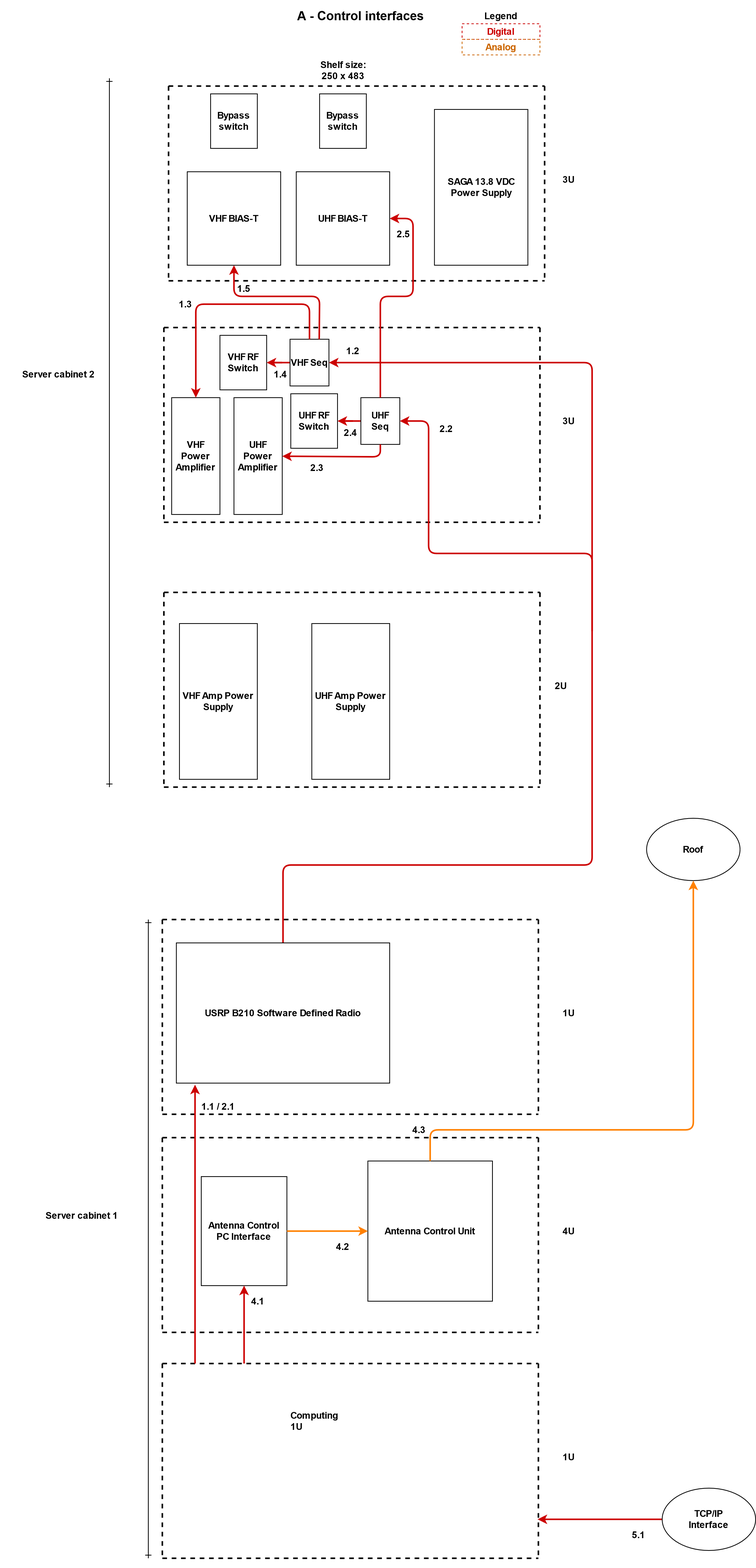
melfvelin/kirunags keeps this draw.io diagram as design-diagrams/19-inch-diagram-control.png. Above is the earlier version. Source tidied: cells renumbered, new cells last; positions are measured from the earlier drawing's top-left corner, leaving out a move shared by most shapes.
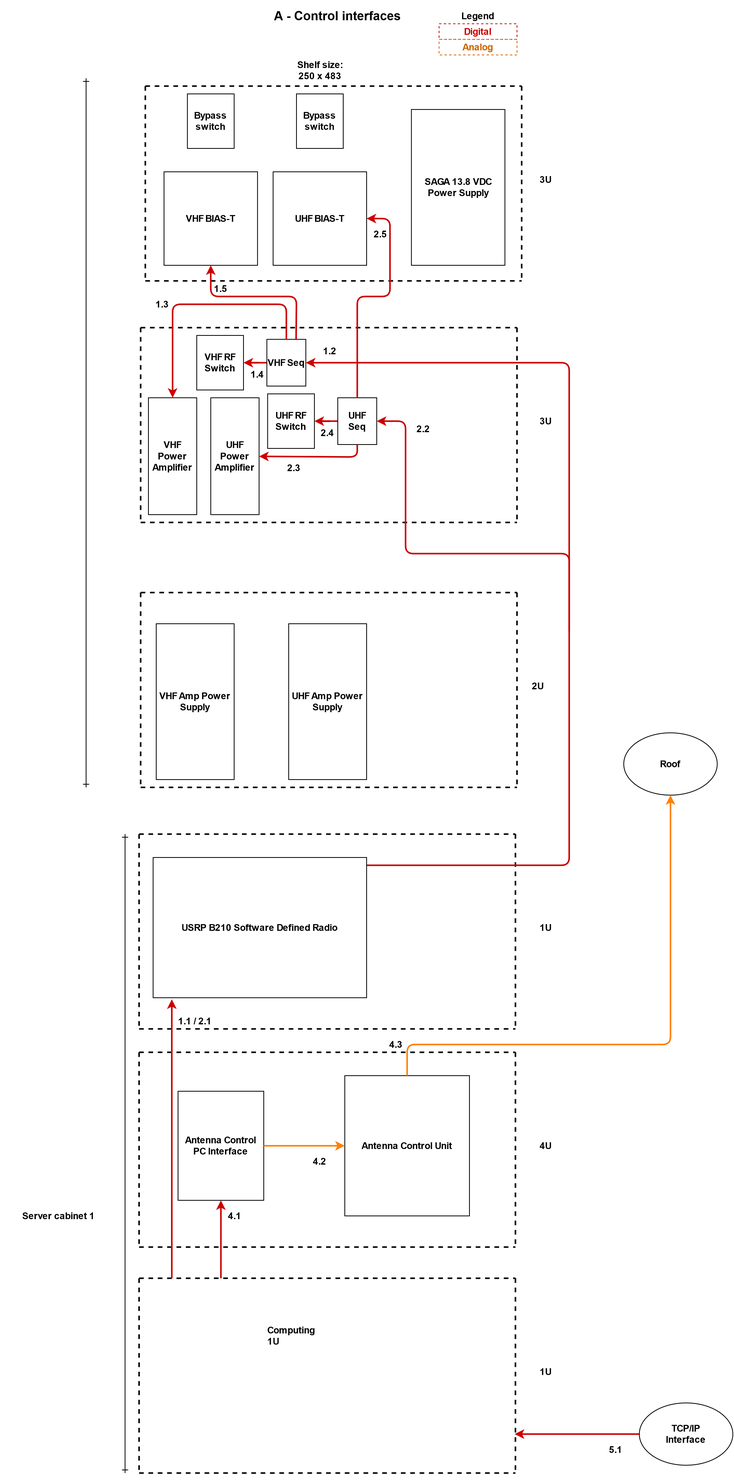
The same file after the commit.

Diff of the diagram source:
```diff
@@ -118,102 +118,103 @@
     </mxCell>
     <mxCell id="28" style="endArrow=none;dashed=1;html=1;strokeWidth=2;fontStyle=1;" parent="1" edge="1">
       <mxGeometry relative="1" as="geometry">
-        <mxPoint x="208" y="1180" as="sourcePoint" />
-        <mxPoint x="691" y="1180" as="targetPoint" />
+        <mxPoint x="208" y="1070" as="sourcePoint" />
+        <mxPoint x="691" y="1070" as="targetPoint" />
       </mxGeometry>
     </mxCell>
     <mxCell id="29" style="endArrow=none;dashed=1;html=1;strokeWidth=2;fontStyle=1;" parent="1" edge="1">
       <mxGeometry relative="1" as="geometry">
-        <mxPoint x="208" y="1180" as="sourcePoint" />
-        <mxPoint x="208" y="1430" as="targetPoint" />
+        <mxPoint x="208" y="1070" as="sourcePoint" />
+        <mxPoint x="208" y="1320" as="targetPoint" />
       </mxGeometry>
     </mxCell>
     <mxCell id="30" style="endArrow=none;dashed=1;html=1;strokeWidth=2;fontStyle=1;" parent="1" edge="1">
       <mxGeometry relative="1" as="geometry">
-        <mxPoint x="208" y="1430" as="sourcePoint" />
-        <mxPoint x="691" y="1430" as="targetPoint" />
+        <mxPoint x="208" y="1320" as="sourcePoint" />
+        <mxPoint x="691" y="1320" as="targetPoint" />
       </mxGeometry>
     </mxCell>
     <mxCell id="31" style="endArrow=none;dashed=1;html=1;strokeWidth=2;fontStyle=1;" parent="1" edge="1">
       <mxGeometry relative="1" as="geometry">
-        <mxPoint x="691" y="1180" as="sourcePoint" />
-        <mxPoint x="691" y="1430" as="targetPoint" />
+        <mxPoint x="691" y="1070" as="sourcePoint" />
+        <mxPoint x="691" y="1320" as="targetPoint" />
       </mxGeometry>
     </mxCell>
     <mxCell id="32" style="endArrow=none;dashed=1;html=1;strokeWidth=2;fontStyle=1;" parent="1" edge="1">
       <mxGeometry relative="1" as="geometry">
-        <mxPoint x="208" y="1750" as="sourcePoint" />
-        <mxPoint x="691" y="1750" as="targetPoint" />
+        <mxPoint x="208" y="1640" as="sourcePoint" />
+        <mxPoint x="691" y="1640" as="targetPoint" />
       </mxGeometry>
     </mxCell>
     <mxCell id="33" style="endArrow=none;dashed=1;html=1;strokeWidth=2;fontStyle=1;" parent="1" edge="1">
       <mxGeometry relative="1" as="geometry">
-        <mxPoint x="208" y="1750" as="sourcePoint" />
-        <mxPoint x="208" y="2000" as="targetPoint" />
+        <mxPoint x="208" y="1640" as="sourcePoint" />
+        <mxPoint x="208" y="1890" as="targetPoint" />
       </mxGeometry>
     </mxCell>
     <mxCell id="34" style="endArrow=none;dashed=1;html=1;strokeWidth=2;fontStyle=1;" parent="1" edge="1">
       <mxGeometry relative="1" as="geometry">
-        <mxPoint x="208" y="2000" as="sourcePoint" />
-        <mxPoint x="691" y="2000" as="targetPoint" />
+        <mxPoint x="208" y="1890" as="sourcePoint" />
+        <mxPoint x="691" y="1890" as="targetPoint" />
       </mxGeometry>
     </mxCell>
     <mxCell id="35" style="endArrow=none;dashed=1;html=1;strokeWidth=2;fontStyle=1;" parent="1" edge="1">
       <mxGeometry relative="1" as="geometry">
-        <mxPoint x="691" y="1750" as="sourcePoint" />
-        <mxPoint x="691" y="2000" as="targetPoint" />
+        <mxPoint x="691" y="1640" as="sourcePoint" />
+        <mxPoint x="691" y="1890" as="targetPoint" />
       </mxGeometry>
     </mxCell>
     <mxCell id="36" value="&lt;div&gt;Computing&lt;/div&gt;&lt;div&gt;1U&lt;br&gt;&lt;/div&gt;" style="text;html=1;strokeColor=none;fillColor=none;spacing=5;spacingTop=-20;whiteSpace=wrap;overflow=hidden;rounded=0;fontStyle=1;" parent="1" vertex="1">
-      <mxGeometry x="368" y="1820" width="190" height="120" as="geometry" />
+      <mxGeometry x="368" y="1710" width="190" height="120" as="geometry" />
     </mxCell>
     <mxCell id="37" value="1U" style="text;html=1;strokeColor=none;fillColor=none;align=center;verticalAlign=middle;whiteSpace=wrap;rounded=0;fontStyle=1;" parent="1" vertex="1">
-      <mxGeometry x="710" y="1290" width="40" height="20" as="geometry" />
+      <mxGeometry x="710" y="1180" width="40" height="20" as="geometry" />
     </mxCell>
     <mxCell id="38" value="1U" style="text;html=1;strokeColor=none;fillColor=none;align=center;verticalAlign=middle;whiteSpace=wrap;rounded=0;fontStyle=1;" parent="1" vertex="1">
-      <mxGeometry x="710" y="1860" width="40" height="20" as="geometry" />
+      <mxGeometry x="710" y="1750" width="40" height="20" as="geometry" />
     </mxCell>
     <mxCell id="39" style="endArrow=none;dashed=1;html=1;strokeWidth=2;fontStyle=1;" parent="1" edge="1">
       <mxGeometry relative="1" as="geometry">
-        <mxPoint x="208" y="1460" as="sourcePoint" />
-        <mxPoint x="691" y="1460" as="targetPoint" />
+        <mxPoint x="208" y="1350" as="sourcePoint" />
+        <mxPoint x="691" y="1350" as="targetPoint" />
       </mxGeometry>
     </mxCell>
     <mxCell id="40" style="endArrow=none;dashed=1;html=1;strokeWidth=2;fontStyle=1;" parent="1" edge="1">
       <mxGeometry relative="1" as="geometry">
-        <mxPoint x="208" y="1460" as="sourcePoint" />
-        <mxPoint x="208" y="1710" as="targetPoint" />
+        <mxPoint x="208" y="1350" as="sourcePoint" />
+        <mxPoint x="208" y="1600" as="targetPoint" />
       </mxGeometry>
     </mxCell>
     <mxCell id="41" style="endArrow=none;dashed=1;html=1;strokeWidth=2;fontStyle=1;" parent="1" edge="1">
       <mxGeometry relative="1" as="geometry">
-        <mxPoint x="208" y="1710" as="sourcePoint" />
-        <mxPoint x="691" y="1710" as="targetPoint" />
+        <mxPoint x="208" y="1600" as="sourcePoint" />
+        <mxPoint x="691" y="1600" as="targetPoint" />
       </mxGeometry>
     </mxCell>
     <mxCell id="42" style="endArrow=none;dashed=1;html=1;strokeWidth=2;fontStyle=1;" parent="1" edge="1">
       <mxGeometry relative="1" as="geometry">
-        <mxPoint x="691" y="1460" as="sourcePoint" />
-        <mxPoint x="691" y="1710" as="targetPoint" />
+        <mxPoint x="691" y="1350" as="sourcePoint" />
+        <mxPoint x="691" y="1600" as="targetPoint" />
       </mxGeometry>
     </mxCell>
     <mxCell id="43" value="4U" style="text;html=1;strokeColor=none;fillColor=none;align=center;verticalAlign=middle;whiteSpace=wrap;rounded=0;fontStyle=1;" parent="1" vertex="1">
-      <mxGeometry x="710" y="1570" width="40" height="20" as="geometry" />
+      <mxGeometry x="710" y="1460" width="40" height="20" as="geometry" />
     </mxCell>
     <mxCell id="44" value="Antenna Control Unit" style="rounded=0;whiteSpace=wrap;html=1;fillColor=#FFFFFF;fontStyle=1;" parent="1" vertex="1">
-      <mxGeometry x="472" y="1490" width="160" height="180" as="geometry" />
+      <mxGeometry x="472" y="1380" width="160" height="180" as="geometry" />
     </mxCell>
     <mxCell id="45" value="Antenna Control PC Interface" style="rounded=0;whiteSpace=wrap;html=1;fillColor=#FFFFFF;fontStyle=1;" parent="1" vertex="1">
-      <mxGeometry x="258" y="1510" width="110" height="140" as="geometry" />
+      <mxGeometry x="258" y="1400" width="110" height="140" as="geometry" />
     </mxCell>
     <mxCell id="46" value="Roof" style="ellipse;whiteSpace=wrap;html=1;fontStyle=1;" parent="1" vertex="1">
-      <mxGeometry x="830" y="1050" width="120" height="80" as="geometry" />
+      <mxGeometry x="830" y="940" width="120" height="80" as="geometry" />
     </mxCell>
-    <mxCell id="47" style="endArrow=classic;html=1;strokeWidth=2;exitX=0.5;exitY=0;exitDx=0;exitDy=0;entryX=0.5;entryY=1;entryDx=0;entryDy=0;strokeColor=#FF8000;" parent="1" edge="1" source="44" target="46">
+    <mxCell id="47" style="endArrow=classic;html=1;strokeWidth=2;exitX=0.5;exitY=0;exitDx=0;exitDy=0;entryX=0.5;entryY=1;entryDx=0;entryDy=0;strokeColor=#FF8000;" parent="1" edge="1" source="44">
       <mxGeometry relative="1" as="geometry">
+        <mxPoint x="890" y="1020" as="targetPoint" />
         <Array as="points">
-          <mxPoint x="552" y="1450" />
-          <mxPoint x="890" y="1450" />
+          <mxPoint x="552" y="1340" />
+          <mxPoint x="890" y="1340" />
         </Array>
       </mxGeometry>
     </mxCell>
@@ -222,7 +223,7 @@
     </mxCell>
     <mxCell id="49" style="endArrow=classic;html=1;strokeWidth=2;entryX=0.5;entryY=1;entryDx=0;entryDy=0;strokeColor=#CC0000;" parent="1" edge="1" target="45">
       <mxGeometry relative="1" as="geometry">
-        <mxPoint x="313" y="1750" as="sourcePoint" />
+        <mxPoint x="313" y="1640" as="sourcePoint" />
       </mxGeometry>
     </mxCell>
     <mxCell id="50" style="endArrow=classic;html=1;strokeWidth=2;exitX=0.5;exitY=1;exitDx=0;exitDy=0;strokeColor=#CC0000;" parent="1" edge="1" source="26" target="7">
@@ -240,7 +241,7 @@
         </Array>
       </mxGeometry>
     </mxCell>
-    <mxCell id="52" style="endArrow=classic;html=1;strokeWidth=2;strokeColor=#CC0000;entryX=1;entryY=0.5;entryDx=0;entryDy=0;exitX=0.5;exitY=0;exitDx=0;exitDy=0;" parent="1" edge="1" source="81" target="26">
+    <mxCell id="52" style="endArrow=classic;html=1;strokeWidth=2;strokeColor=#CC0000;entryX=1;entryY=0.5;entryDx=0;entryDy=0;exitX=0.5;exitY=0;exitDx=0;exitDy=0;" parent="1" edge="1" source="80" target="26">
       <mxGeometry relative="1" as="geometry">
         <Array as="points">
           <mxPoint x="363" y="1110" />
@@ -265,14 +266,14 @@
     </mxCell>
     <mxCell id="54" style="endArrow=classic;html=1;strokeColor=#CC0000;strokeWidth=2;" parent="1" edge="1">
       <mxGeometry relative="1" as="geometry">
-        <mxPoint x="850" y="1950" as="sourcePoint" />
-        <mxPoint x="690" y="1950" as="targetPoint" />
+        <mxPoint x="850" y="1840" as="sourcePoint" />
+        <mxPoint x="690" y="1840" as="targetPoint" />
       </mxGeometry>
     </mxCell>
     <mxCell id="55" value="TCP/IP&lt;br&gt;Interface" style="ellipse;whiteSpace=wrap;html=1;fontStyle=1;" parent="1" vertex="1">
-      <mxGeometry x="850" y="1910" width="120" height="80" as="geometry" />
+      <mxGeometry x="850" y="1800" width="120" height="80" as="geometry" />
     </mxCell>
-    <mxCell id="56" style="endArrow=classic;html=1;strokeColor=#CC0000;strokeWidth=2;exitX=0.5;exitY=0;exitDx=0;exitDy=0;entryX=1;entryY=0.5;entryDx=0;entryDy=0;" parent="1" edge="1" source="26" target="83">
+    <mxCell id="56" style="endArrow=classic;html=1;strokeColor=#CC0000;strokeWidth=2;exitX=0.5;exitY=0;exitDx=0;exitDy=0;entryX=1;entryY=0.5;entryDx=0;entryDy=0;" parent="1" edge="1" source="26" target="82">
       <mxGeometry relative="1" as="geometry">
         <Array as="points">
           <mxPoint x="488" y="380" />
@@ -291,7 +292,7 @@
       </mxGeometry>
     </mxCell>
     <mxCell id="58" value="&lt;div&gt;5.1&lt;/div&gt;" style="text;html=1;strokeColor=none;fillColor=none;align=center;verticalAlign=middle;whiteSpace=wrap;rounded=0;fontStyle=1;" parent="1" vertex="1">
-      <mxGeometry x="800" y="1960" width="40" height="20" as="geometry" />
+      <mxGeometry x="800" y="1850" width="40" height="20" as="geometry" />
     </mxCell>
     <mxCell id="59" value="&lt;div&gt;1.2&lt;/div&gt;" style="text;html=1;strokeColor=none;fillColor=none;align=center;verticalAlign=middle;whiteSpace=wrap;rounded=0;fontStyle=1;" parent="1" vertex="1">
       <mxGeometry x="433" y="440" width="40" height="20" as="geometry" />
@@ -318,30 +319,30 @@
       <mxGeometry x="430" y="545" width="40" height="20" as="geometry" />
     </mxCell>
     <mxCell id="67" value="4.1" style="text;html=1;strokeColor=none;fillColor=none;align=center;verticalAlign=middle;whiteSpace=wrap;rounded=0;fontStyle=1;" parent="1" vertex="1">
-      <mxGeometry x="311" y="1660" width="40" height="20" as="geometry" />
+      <mxGeometry x="311" y="1550" width="40" height="20" as="geometry" />
     </mxCell>
     <mxCell id="68" value="4.2" style="text;html=1;strokeColor=none;fillColor=none;align=center;verticalAlign=middle;whiteSpace=wrap;rounded=0;fontStyle=1;" parent="1" vertex="1">
-      <mxGeometry x="420" y="1590" width="40" height="20" as="geometry" />
+      <mxGeometry x="420" y="1480" width="40" height="20" as="geometry" />
     </mxCell>
     <mxCell id="69" value="&lt;div&gt;4.3&lt;/div&gt;" style="text;html=1;strokeColor=none;fillColor=none;align=center;verticalAlign=middle;whiteSpace=wrap;rounded=0;fontStyle=1;" parent="1" vertex="1">
-      <mxGeometry x="518" y="1440" width="40" height="20" as="geometry" />
+      <mxGeometry x="518" y="1330" width="40" height="20" as="geometry" />
     </mxCell>
     <mxCell id="70" style="endArrow=classic;html=1;strokeColor=#CC0000;strokeWidth=2;" parent="1" edge="1">
       <mxGeometry relative="1" as="geometry">
-        <mxPoint x="250" y="1750" as="sourcePoint" />
-        <mxPoint x="250" y="1392" as="targetPoint" />
+        <mxPoint x="250" y="1640" as="sourcePoint" />
+        <mxPoint x="250" y="1282" as="targetPoint" />
         <Array as="points">
-          <mxPoint x="250" y="1440" />
+          <mxPoint x="250" y="1330" />
         </Array>
       </mxGeometry>
     </mxCell>
     <mxCell id="71" value="1.1 / 2.1" style="text;html=1;strokeColor=none;fillColor=none;align=center;verticalAlign=middle;whiteSpace=wrap;rounded=0;fontStyle=1;" parent="1" vertex="1">
-      <mxGeometry x="249" y="1410" width="62" height="20" as="geometry" />
+      <mxGeometry x="249" y="1300" width="62" height="20" as="geometry" />
     </mxCell>
     <mxCell id="72" style="endArrow=ERone;startArrow=ERone;html=1;startFill=0;endFill=0;" parent="1" edge="1">
       <mxGeometry relative="1" as="geometry">
-        <mxPoint x="190" y="2000" as="sourcePoint" />
-        <mxPoint x="190" y="1180" as="targetPoint" />
+        <mxPoint x="190" y="1890" as="sourcePoint" />
+        <mxPoint x="190" y="1070" as="targetPoint" />
       </mxGeometry>
     </mxCell>
     <mxCell id="73" value="&lt;div&gt;Server cabinet 1&lt;br&gt;&lt;/div&gt;" style="text;html=1;strokeColor=none;fillColor=none;align=center;verticalAlign=middle;whiteSpace=wrap;rounded=0;fontStyle=1;" parent="1" vertex="1">
@@ -353,41 +354,38 @@
         <mxPoint x="140" y="100" as="targetPoint" />
       </mxGeometry>
     </mxCell>
-    <mxCell id="75" value="&lt;div&gt;Server cabinet 2&lt;br&gt;&lt;/div&gt;" style="text;html=1;strokeColor=none;fillColor=none;align=center;verticalAlign=middle;whiteSpace=wrap;rounded=0;fontStyle=1;" parent="1" vertex="1">
-      <mxGeometry y="470" width="150" height="20" as="geometry" />
+    <mxCell id="75" value="A - Control interfaces" style="text;html=1;strokeColor=none;fillColor=none;align=center;verticalAlign=middle;whiteSpace=wrap;rounded=0;fontStyle=1;fontSize=16;" parent="1" vertex="1">
+      <mxGeometry x="313" width="300" height="40" as="geometry" />
     </mxCell>
-    <mxCell id="76" value="A - Control interfaces" style="text;html=1;strokeColor=none;fillColor=none;align=center;verticalAlign=middle;whiteSpace=wrap;rounded=0;fontStyle=1;fontSize=16;" parent="1" vertex="1">
-      <mxGeometry x="313" width="300" height="40" as="geometry" />
+    <mxCell id="76" value="&lt;div&gt;Shelf size: &lt;br&gt;&lt;/div&gt;250 x 483" style="text;html=1;strokeColor=none;fillColor=none;align=center;verticalAlign=middle;whiteSpace=wrap;rounded=0;fontStyle=1;" parent="1" vertex="1">
+      <mxGeometry x="342.5" y="80" width="195" height="20" as="geometry" />
     </mxCell>
-    <mxCell id="77" value="&lt;div&gt;Shelf size: &lt;br&gt;&lt;/div&gt;250 x 483" style="text;html=1;strokeColor=none;fillColor=none;align=center;verticalAlign=middle;whiteSpace=wrap;rounded=0;fontStyle=1;" parent="1" vertex="1">
-      <mxGeometry x="342.5" y="80" width="195" height="20" as="geometry" />
+    <mxCell id="77" value="Legend" style="text;html=1;strokeColor=none;fillColor=none;align=center;verticalAlign=middle;whiteSpace=wrap;rounded=0;dashed=1;fontColor=#000000;fontStyle=1;" parent="1" vertex="1">
+      <mxGeometry x="593" y="10" width="100" height="20" as="geometry" />
     </mxCell>
-    <mxCell id="78" value="Legend" style="text;html=1;strokeColor=none;fillColor=none;align=center;verticalAlign=middle;whiteSpace=wrap;rounded=0;dashed=1;fontColor=#000000;fontStyle=1;" parent="1" vertex="1">
-      <mxGeometry x="593" y="10" width="100" height="20" as="geometry" />
+    <mxCell id="78" value="&lt;div&gt;Digital&lt;/div&gt;" style="text;html=1;fillColor=none;align=center;verticalAlign=middle;whiteSpace=wrap;rounded=0;dashed=1;fontStyle=1;fontColor=#CC0000;strokeColor=#CC0000;" parent="1" vertex="1">
+      <mxGeometry x="593" y="30" width="100" height="20" as="geometry" />
     </mxCell>
-    <mxCell id="79" value="&lt;div&gt;Digital&lt;/div&gt;" style="text;html=1;fillColor=none;align=center;verticalAlign=middle;whiteSpace=wrap;rounded=0;dashed=1;fontStyle=1;fontColor=#CC0000;strokeColor=#CC0000;" parent="1" vertex="1">
-      <mxGeometry x="593" y="30" width="100" height="20" as="geometry" />
+    <mxCell id="79" value="Analog" style="text;html=1;fillColor=none;align=center;verticalAlign=middle;whiteSpace=wrap;rounded=0;dashed=1;fontStyle=1;fontColor=#CC6600;strokeColor=#CC6600;" parent="1" vertex="1">
+      <mxGeometry x="593" y="50" width="100" height="20" as="geometry" />
     </mxCell>
-    <mxCell id="80" value="Analog" style="text;html=1;fillColor=none;align=center;verticalAlign=middle;whiteSpace=wrap;rounded=0;dashed=1;fontStyle=1;fontColor=#CC6600;strokeColor=#CC6600;" parent="1" vertex="1">
-      <mxGeometry x="593" y="50" width="100" height="20" as="geometry" />
+    <mxCell id="80" value="USRP B210 Software Defined Radio" style="rounded=0;whiteSpace=wrap;html=1;fillColor=#FFFFFF;fontStyle=1;" parent="1" vertex="1">
+      <mxGeometry x="226" y="1100" width="274" height="180" as="geometry" />
     </mxCell>
-    <mxCell id="81" value="USRP B210 Software Defined Radio" style="rounded=0;whiteSpace=wrap;html=1;fillColor=#FFFFFF;fontStyle=1;" parent="1" vertex="1">
-      <mxGeometry x="226" y="1210" width="274" height="180" as="geometry" />
+    <mxCell id="81" value="VHF BIAS-T" style="rounded=0;whiteSpace=wrap;html=1;fillColor=#FFFFFF;fontStyle=1;" parent="1" vertex="1">
+      <mxGeometry x="240" y="220" width="120" height="120" as="geometry" />
     </mxCell>
-    <mxCell id="82" value="VHF BIAS-T" style="rounded=0;whiteSpace=wrap;html=1;fillColor=#FFFFFF;fontStyle=1;" parent="1" vertex="1">
-      <mxGeometry x="240" y="220" width="120" height="120" as="geometry" />
+    <mxCell id="82" value="UHF BIAS-T" style="rounded=0;whiteSpace=wrap;html=1;fillColor=#FFFFFF;fontStyle=1;" parent="1" vertex="1">
+      <mxGeometry x="380" y="220" width="120" height="120" as="geometry" />
     </mxCell>
-    <mxCell id="83" value="UHF BIAS-T" style="rounded=0;whiteSpace=wrap;html=1;fillColor=#FFFFFF;fontStyle=1;" parent="1" vertex="1">
-      <mxGeometry x="380" y="220" width="120" height="120" as="geometry" />
+    <mxCell id="83" value="Bypass switch" style="rounded=0;whiteSpace=wrap;html=1;rotation=0;fontStyle=1;" parent="1" vertex="1">
+      <mxGeometry x="270" y="120" width="60" height="70" as="geometry" />
     </mxCell>
     <mxCell id="84" value="Bypass switch" style="rounded=0;whiteSpace=wrap;html=1;rotation=0;fontStyle=1;" parent="1" vertex="1">
-      <mxGeometry x="270" y="120" width="60" height="70" as="geometry" />
+      <mxGeometry x="410" y="120" width="60" height="70" as="geometry" />
     </mxCell>
-    <mxCell id="85" value="Bypass switch" style="rounded=0;whiteSpace=wrap;html=1;rotation=0;fontStyle=1;" parent="1" vertex="1">
-      <mxGeometry x="410" y="120" width="60" height="70" as="geometry" />
+    <mxCell id="85" value="2.5" style="text;html=1;strokeColor=none;fillColor=none;align=center;verticalAlign=middle;whiteSpace=wrap;rounded=0;fontStyle=1;" parent="1" vertex="1">
+      <mxGeometry x="497.5" y="290" width="40" height="20" as="geometry" />
     </mxCell>
-    <mxCell id="86" value="2.5" style="text;html=1;strokeColor=none;fillColor=none;align=center;verticalAlign=middle;whiteSpace=wrap;rounded=0;fontStyle=1;" parent="1" vertex="1">
-      <mxGeometry x="497.5" y="290" width="40" height="20" as="geometry" />
-    </mxCell>
   </root>
 </mxGraphModel>
```
